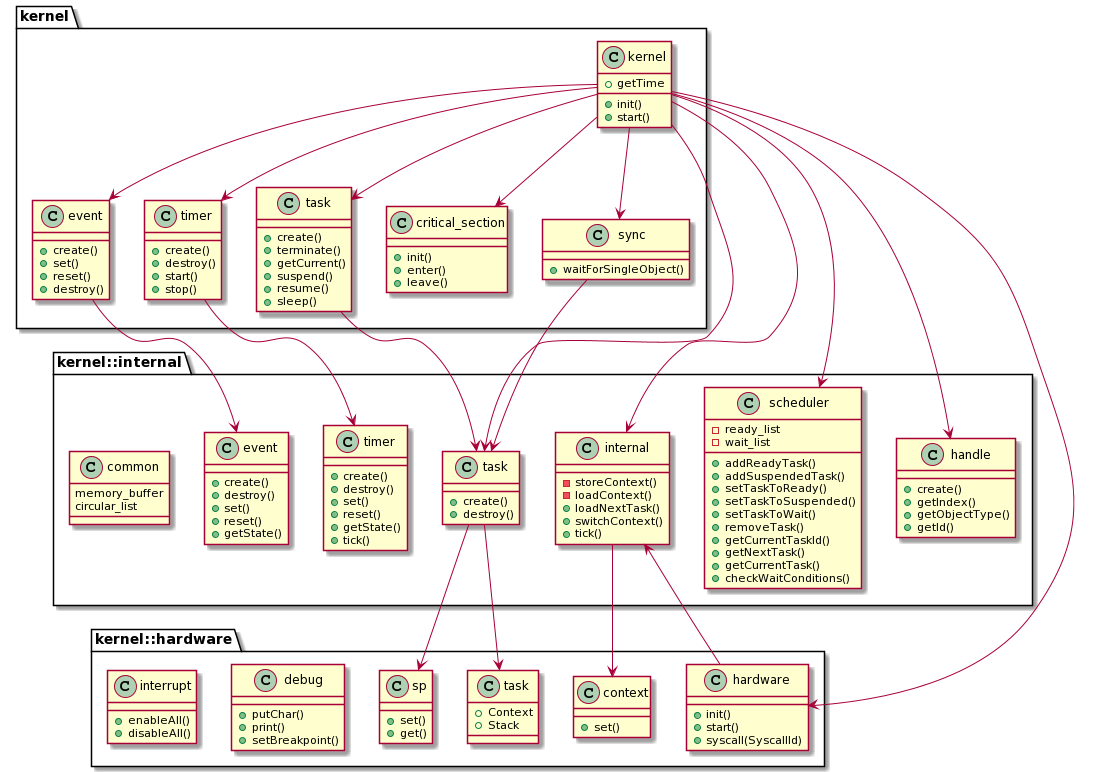
The PlantUML diagram doc/arch.png in t4th/cortex-m3-rtos, before a commit.
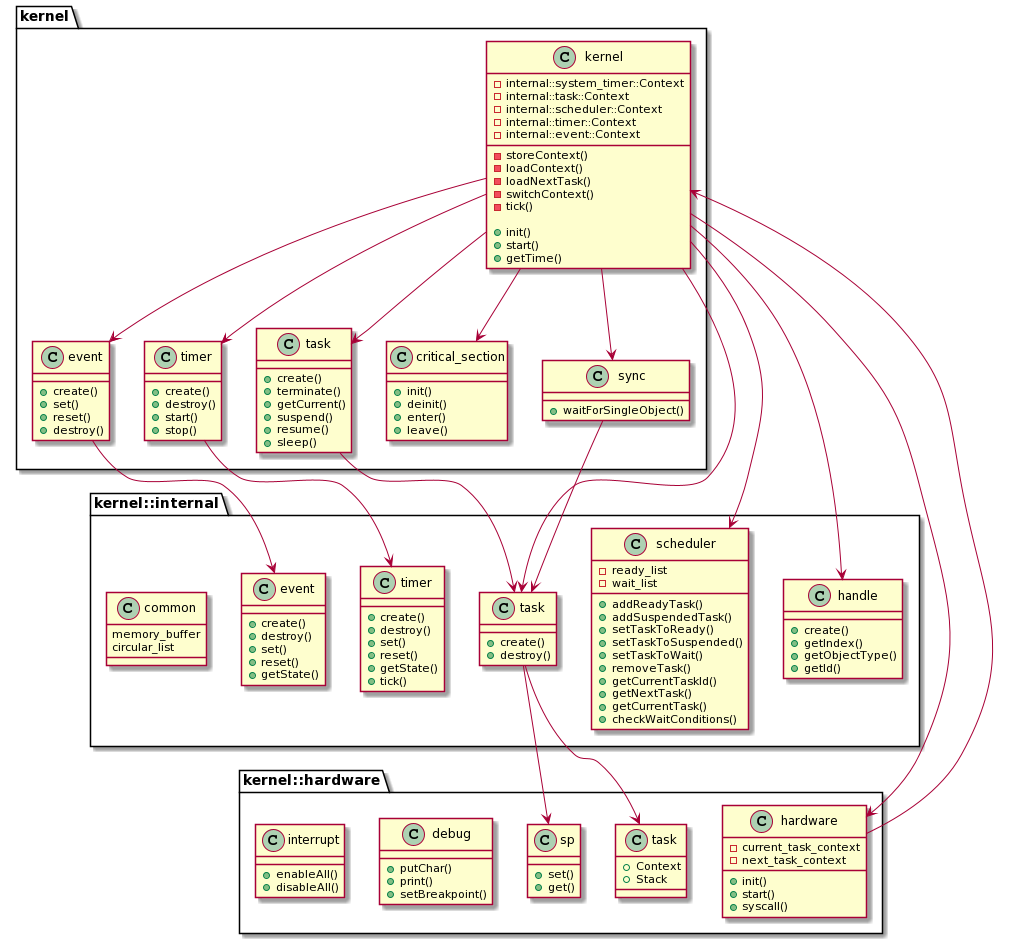
The same file after the commit.

Commit message:
Update architecture. Cleanup.

Diff of the diagram source:
```diff
@@ -2,13 +2,24 @@
 set namespaceSeparator ::
 
 class kernel::kernel{
+-internal::system_timer::Context
+-internal::task::Context
+-internal::scheduler::Context
+-internal::timer::Context
+-internal::event::Context
+
+-storeContext()
+-loadContext()
+-loadNextTask()
+-switchContext()
+-tick()
+
 + init()
 + start()
-+ getTime
++ getTime()
 }
 kernel::kernel -> kernel::hardware::hardware
 kernel::kernel -> kernel::internal::task
-kernel::kernel -> kernel::internal::internal
 kernel::kernel -d-> kernel::task
 kernel::kernel -d-> kernel::critical_section
 kernel::kernel -d-> kernel::event
@@ -17,8 +28,6 @@
 
 kernel::kernel -d-> kernel::internal::scheduler
 kernel::kernel -d-> kernel::internal::handle
-
-kernel::internal::internal -d-> kernel::hardware::context
 
 class kernel::task {
  +create()
@@ -33,6 +42,7 @@
 
 class kernel::critical_section {
 +init()
++deinit()
 +enter()
 +leave()
 }
@@ -64,15 +74,6 @@
 class kernel::internal::common {
  memory_buffer
  circular_list
-}
-
-class kernel::internal::internal
-{
--storeContext()
--loadContext()
-+loadNextTask()
-+switchContext()
-+tick()
 }
 
 class kernel::internal::task {
@@ -125,16 +126,14 @@
 }
 
 class kernel::hardware::hardware {
+-current_task_context
+-next_task_context
 +init()
 +start()
-+syscall(SyscallId)
++syscall()
 }
 
-kernel::hardware::hardware -> kernel::internal::internal
-
-class kernel::hardware::context {
-+ set()
-}
+kernel::hardware::hardware -> kernel::kernel
 
 class kernel::hardware::debug {
 + putChar()
```
